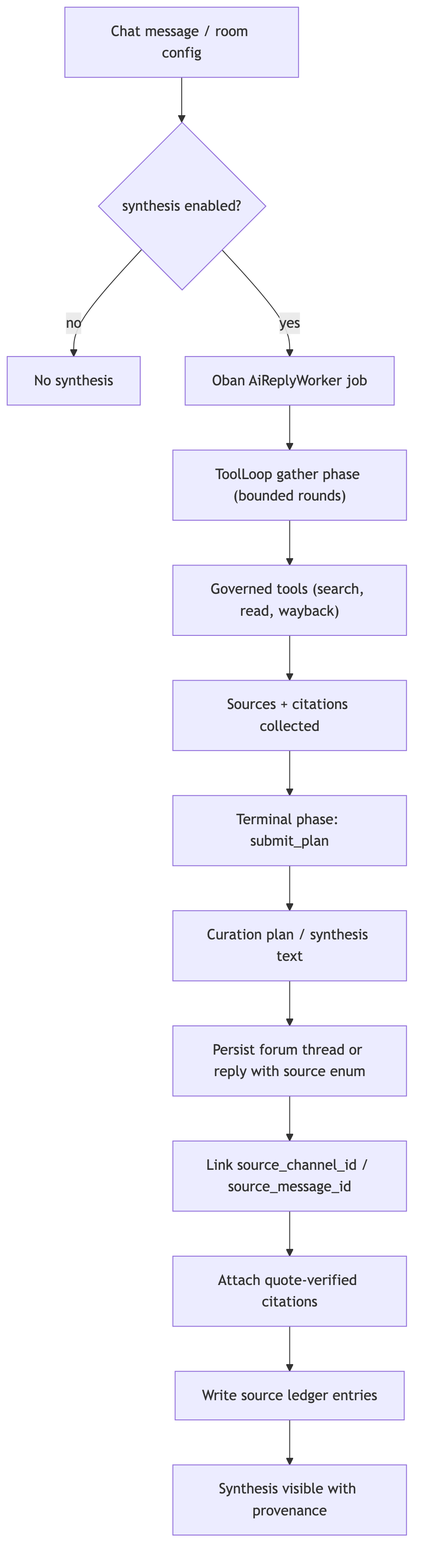
wahargis/portfolio keeps this Mermaid diagram as flip-technical-overview/diagrams/synthesis-pipeline.png. Above is the earlier version. Its source is kept beside it as flip-technical-overview/diagrams/synthesis-pipeline.mmd. The source it was exported from:
```mermaid
flowchart TD
    TRIGGER["Chat message / room config"] --> ENABLE{synthesis enabled?}
    ENABLE -->|no| SKIP["No synthesis"]
    ENABLE -->|yes| JOB["Oban AiReplyWorker job"]
    JOB --> LOOP["ToolLoop gather phase (bounded rounds)"]
    LOOP --> TOOLS["Governed tools (search, read, wayback)"]
    TOOLS --> SOURCES["Sources + citations collected"]
    SOURCES --> TERMINAL["Terminal phase: submit_plan"]
    TERMINAL --> PLAN["Curation plan / synthesis text"]
    PLAN --> PERSIST["Persist forum thread or reply with source enum"]
    PERSIST --> LINK["Link source_channel_id / source_message_id"]
    LINK --> CITE["Attach quote-verified citations"]
    CITE --> LEDGER["Write source ledger entries"]
    LEDGER --> DONE["Synthesis visible with provenance"]
```
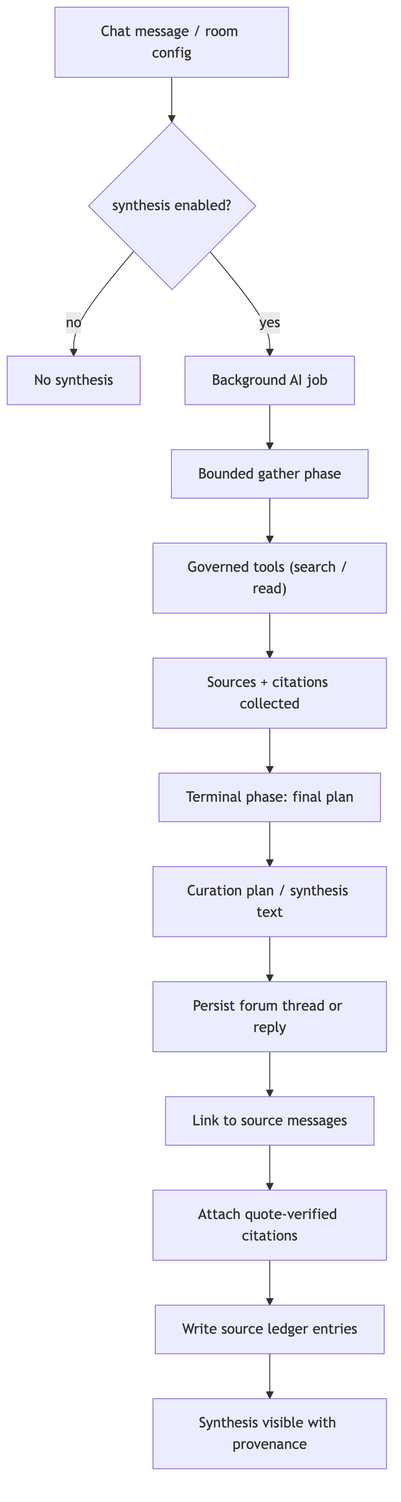
After the commit.

Change to the diagram source:
```diff
@@ -1,14 +1,14 @@
 flowchart TD
     TRIGGER["Chat message / room config"] --> ENABLE{synthesis enabled?}
     ENABLE -->|no| SKIP["No synthesis"]
-    ENABLE -->|yes| JOB["Oban AiReplyWorker job"]
-    JOB --> LOOP["ToolLoop gather phase (bounded rounds)"]
-    LOOP --> TOOLS["Governed tools (search, read, wayback)"]
+    ENABLE -->|yes| JOB["Background AI job"]
+    JOB --> LOOP["Bounded gather phase"]
+    LOOP --> TOOLS["Governed tools (search / read)"]
     TOOLS --> SOURCES["Sources + citations collected"]
-    SOURCES --> TERMINAL["Terminal phase: submit_plan"]
+    SOURCES --> TERMINAL["Terminal phase: final plan"]
     TERMINAL --> PLAN["Curation plan / synthesis text"]
-    PLAN --> PERSIST["Persist forum thread or reply with source enum"]
-    PERSIST --> LINK["Link source_channel_id / source_message_id"]
+    PLAN --> PERSIST["Persist forum thread or reply"]
+    PERSIST --> LINK["Link to source messages"]
     LINK --> CITE["Attach quote-verified citations"]
     CITE --> LEDGER["Write source ledger entries"]
     LEDGER --> DONE["Synthesis visible with provenance"]
```
